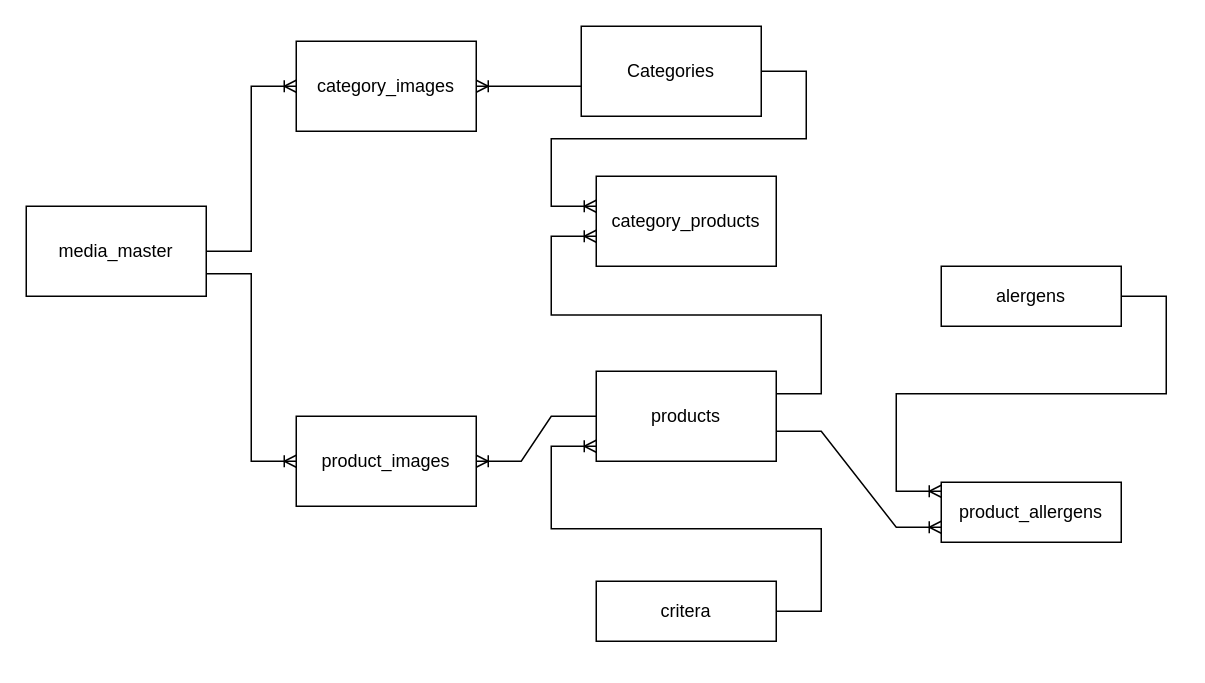
Sainath1998/git keeps this draw.io diagram as Untitled Diagram.drawio. Above is the earlier version. Source tidied: cells renumbered, new cells numbered last; positions are measured from the earlier drawing's top-left corner, leaving out a move shared by most shapes. Both pictures are drawn from the tidied source at 150%, with x=0, y=0 at pixel (26, 26).
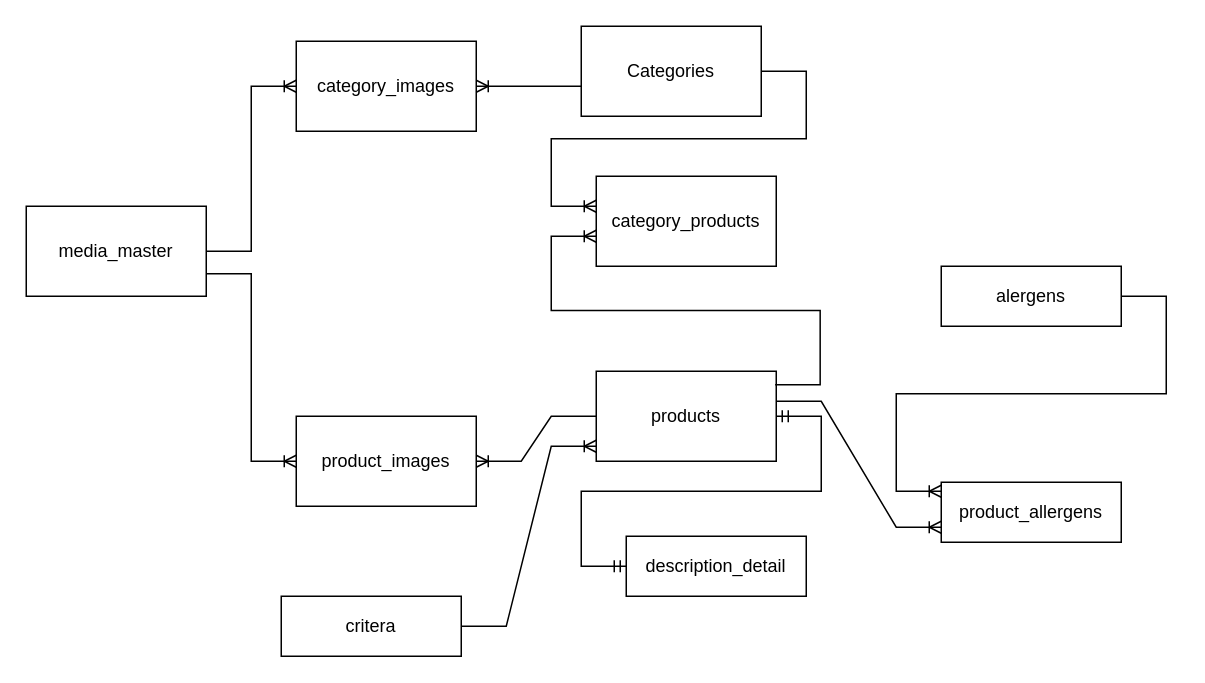
Above is the later version.

Commit message:
category_poroducts

Unchanged cells that the change refers to:
```xml
<mxCell id="4" value="products" style="rounded=0;whiteSpace=wrap;html=1;" parent="1" vertex="1">
  <mxGeometry x="380" y="230" width="120" height="60" as="geometry" />
</mxCell>
<mxCell id="17" value="product_allergens" style="rounded=0;whiteSpace=wrap;html=1;" parent="1" vertex="1">
  <mxGeometry x="610" y="304" width="120" height="40" as="geometry" />
</mxCell>
```

Diff of the diagram source:
```diff
@@
-    <mxCell id="6" style="edgeStyle=entityRelationEdgeStyle;fontSize=12;html=1;endArrow=ERoneToMany;rounded=0;exitX=1;exitY=0.25;exitDx=0;exitDy=0;" parent="1" edge="1" source="4">
+    <mxCell id="6" style="edgeStyle=entityRelationEdgeStyle;fontSize=12;html=1;endArrow=ERoneToMany;rounded=0;exitX=0.994;exitY=0.15;exitDx=0;exitDy=0;exitPerimeter=0;" parent="1" edge="1" source="4">
       <mxGeometry relative="1" as="geometry">
         <mxPoint x="380" y="140" as="targetPoint" />
       </mxGeometry>
     </mxCell>
@@
     <mxCell id="14" value="critera" style="rounded=0;whiteSpace=wrap;html=1;" parent="1" vertex="1">
-      <mxGeometry x="380" y="370" width="120" height="40" as="geometry" />
+      <mxGeometry x="170" y="380" width="120" height="40" as="geometry" />
     </mxCell>
@@
     <mxCell id="18" style="edgeStyle=entityRelationEdgeStyle;fontSize=12;html=1;endArrow=ERoneToMany;rounded=0;entryX=0;entryY=0.75;entryDx=0;entryDy=0;" parent="1" edge="1" target="17">
       <mxGeometry relative="1" as="geometry">
-        <mxPoint x="500" y="270" as="sourcePoint" />
+        <mxPoint x="500" y="250" as="sourcePoint" />
       </mxGeometry>
     </mxCell>
@@
+    <mxCell id="20" value="description_detail" style="rounded=0;whiteSpace=wrap;html=1;" parent="1" vertex="1">
+      <mxGeometry x="400" y="340" width="120" height="40" as="geometry" />
+    </mxCell>
+    <mxCell id="21" style="edgeStyle=entityRelationEdgeStyle;fontSize=12;html=1;endArrow=ERmandOne;startArrow=ERmandOne;rounded=0;" parent="1" edge="1">
+      <mxGeometry relative="1" as="geometry">
+        <mxPoint x="500" y="260" as="sourcePoint" />
+        <mxPoint x="400" y="360" as="targetPoint" />
+      </mxGeometry>
+    </mxCell>
```
